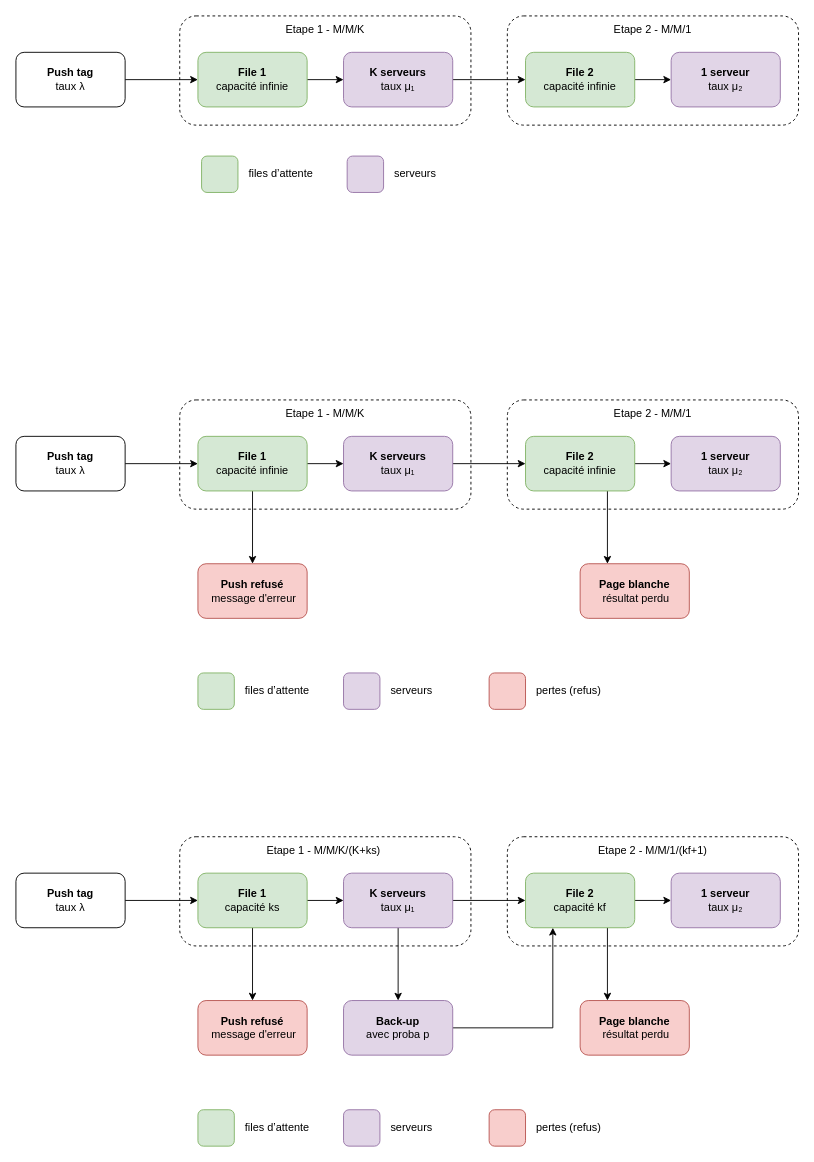
This is assets/diagrames.drawio from marc78s/ERO2, a draw.io file, before an edit. Source tidied: cells renumbered, new cells numbered last; positions are measured from the earlier drawing's top-left corner, leaving out a move shared by most shapes. Both pictures are drawn from the tidied source at 91%, with x=0, y=0 at pixel (15, 15).
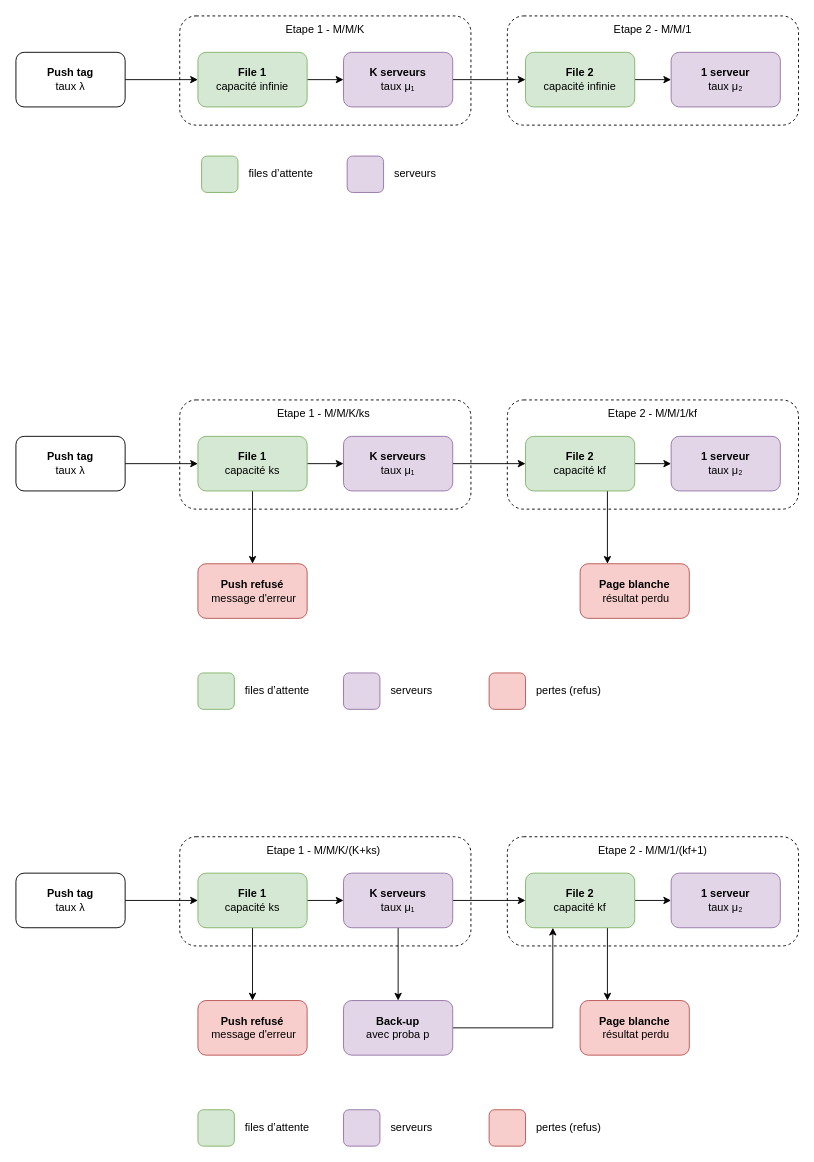
After the change.

The edit, as a diff of the source:
```diff
@@
-    <mxCell id="34" value="&lt;b&gt;File 1 &lt;/b&gt;&lt;br&gt;capacité infinie" style="rounded=1;whiteSpace=wrap;html=1;fillColor=#d5e8d4;strokeColor=#82b366;" parent="1" vertex="1">
+    <mxCell id="34" value="&lt;b&gt;File 1 &lt;/b&gt;&lt;br&gt;capacité ks" style="rounded=1;whiteSpace=wrap;html=1;fillColor=#d5e8d4;strokeColor=#82b366;" parent="1" vertex="1">
       <mxGeometry x="200" y="462" width="120" height="60" as="geometry" />
     </mxCell>
@@
-    <mxCell id="39" value="&lt;b&gt;File 2 &lt;/b&gt;&lt;br&gt;capacité infinie" style="rounded=1;whiteSpace=wrap;html=1;fillColor=#d5e8d4;strokeColor=#82b366;" parent="1" vertex="1">
+    <mxCell id="39" value="&lt;b&gt;File 2 &lt;/b&gt;&lt;br&gt;capacité kf" style="rounded=1;whiteSpace=wrap;html=1;fillColor=#d5e8d4;strokeColor=#82b366;" parent="1" vertex="1">
       <mxGeometry x="560" y="462" width="120" height="60" as="geometry" />
     </mxCell>
@@
-    <mxCell id="43" value="Etape 1 - M/M/K" style="text;html=1;whiteSpace=wrap;strokeColor=none;fillColor=none;align=center;verticalAlign=middle;rounded=0;" parent="1" vertex="1">
+    <mxCell id="43" value="Etape 1 - M/M/K/ks&amp;nbsp;" style="text;html=1;whiteSpace=wrap;strokeColor=none;fillColor=none;align=center;verticalAlign=middle;rounded=0;" parent="1" vertex="1">
       <mxGeometry x="200" y="422" width="280" height="30" as="geometry" />
     </mxCell>
-    <mxCell id="44" value="Etape 2 - M/M/1" style="text;html=1;whiteSpace=wrap;strokeColor=none;fillColor=none;align=center;verticalAlign=middle;rounded=0;" parent="1" vertex="1">
+    <mxCell id="44" value="Etape 2 - M/M/1/&lt;span style=&quot;background-color: transparent; color: light-dark(rgb(0, 0, 0), rgb(255, 255, 255));&quot;&gt;kf&lt;/span&gt;" style="text;html=1;whiteSpace=wrap;strokeColor=none;fillColor=none;align=center;verticalAlign=middle;rounded=0;" parent="1" vertex="1">
       <mxGeometry x="560" y="422" width="280" height="30" as="geometry" />
     </mxCell>
```
